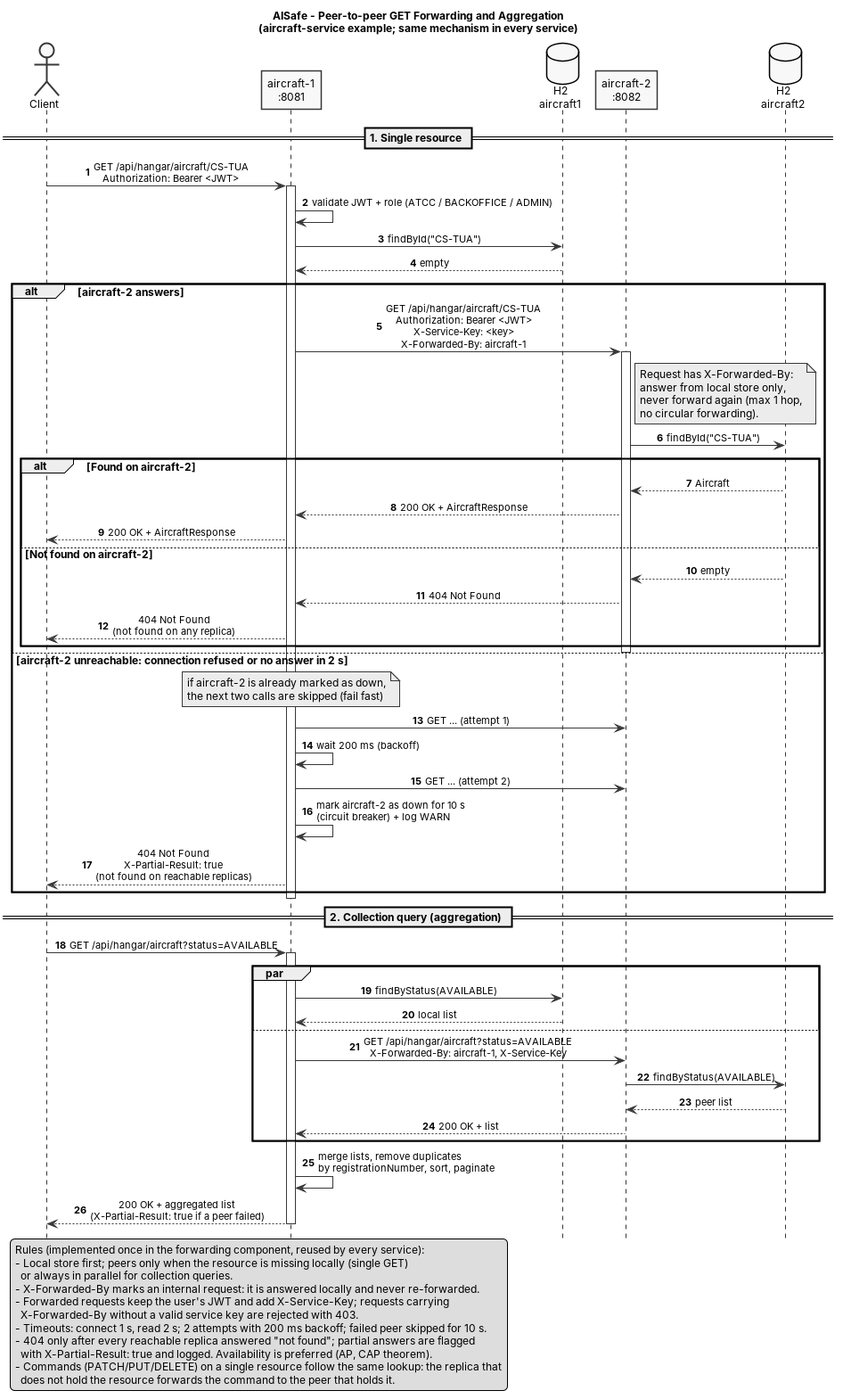
KolmerKinga/sisdig_1230426_1231051 keeps this PlantUML diagram as AISafe/docs/aisafe_diagrams/aisafe_peer_get_forwarding_sequence.png. Above is the earlier version. Its source is kept beside it as AISafe/docs/aisafe_diagrams/aisafe_peer_get_forwarding_sequence.puml.
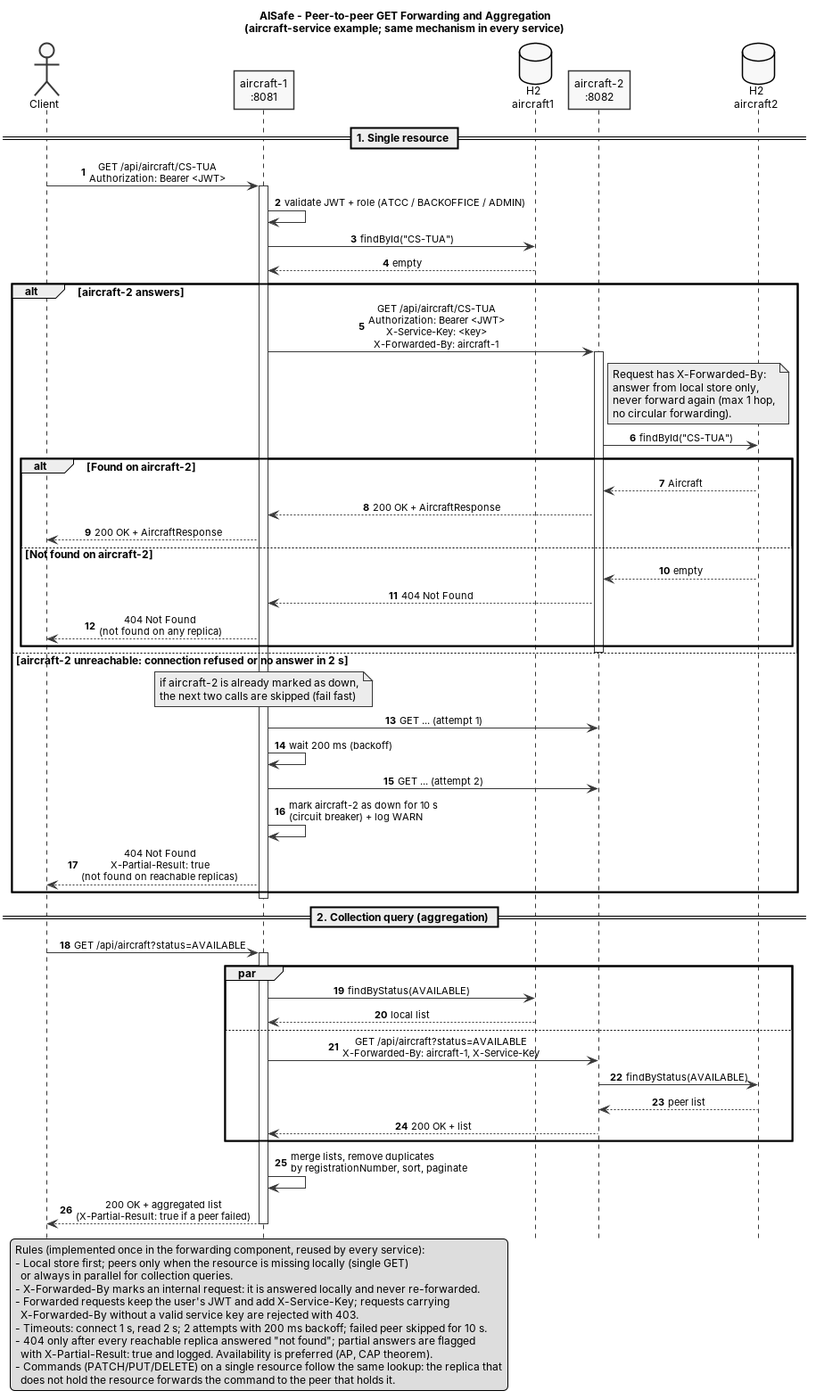
After the change.

Diff of the diagram source:
```diff
@@ -18,14 +18,14 @@
 
 == 1. Single resource ==
 
-Client -> A : GET /api/hangar/aircraft/CS-TUA\nAuthorization: Bearer <JWT>
+Client -> A : GET /api/aircraft/CS-TUA\nAuthorization: Bearer <JWT>
 activate A
 A -> A : validate JWT + role (ATCC / BACKOFFICE / ADMIN)
 A -> StoreA : findById("CS-TUA")
 StoreA --> A : empty
 
 alt aircraft-2 answers
-  A -> B : GET /api/hangar/aircraft/CS-TUA\nAuthorization: Bearer <JWT>\nX-Service-Key: <key>\nX-Forwarded-By: aircraft-1
+  A -> B : GET /api/aircraft/CS-TUA\nAuthorization: Bearer <JWT>\nX-Service-Key: <key>\nX-Forwarded-By: aircraft-1
   activate B
   note right of B
     Request has X-Forwarded-By:
@@ -56,13 +56,13 @@
 
 == 2. Collection query (aggregation) ==
 
-Client -> A : GET /api/hangar/aircraft?status=AVAILABLE
+Client -> A : GET /api/aircraft?status=AVAILABLE
 activate A
 par
   A -> StoreA : findByStatus(AVAILABLE)
   StoreA --> A : local list
 else
-  A -> B : GET /api/hangar/aircraft?status=AVAILABLE\nX-Forwarded-By: aircraft-1, X-Service-Key
+  A -> B : GET /api/aircraft?status=AVAILABLE\nX-Forwarded-By: aircraft-1, X-Service-Key
   B -> StoreB : findByStatus(AVAILABLE)
   StoreB --> B : peer list
   B --> A : 200 OK + list
```
